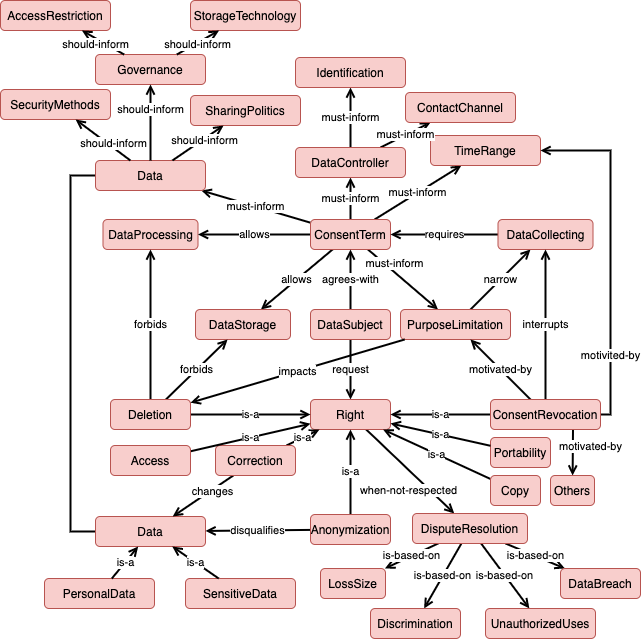
phalves/GoDReP keeps this draw.io diagram as img/DataPortabilityImpact.png. Above is the earlier version. Source tidied: cells renumbered, new cells last; positions are measured from the earlier drawing's top-left corner, leaving out a move shared by most shapes.
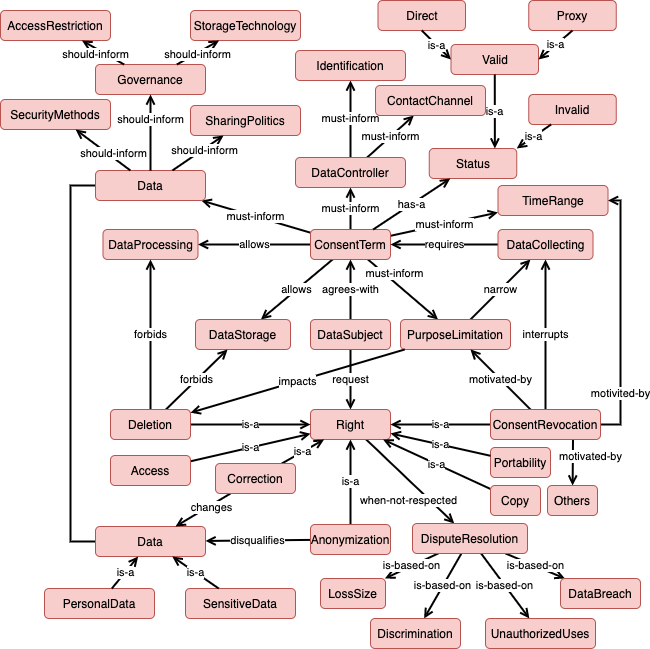
After the change.

Commit message:
Updating the scenario impact images

Change to the diagram source:
```diff
@@ -33,7 +33,7 @@
       <mxGeometry x="400" y="309" width="110" height="30" as="geometry" />
     </mxCell>
     <mxCell id="12" value="TimeRange" style="rounded=1;whiteSpace=wrap;html=1;fillColor=#f8cecc;strokeColor=#b85450;" parent="1" vertex="1">
-      <mxGeometry x="430" y="135" width="110" height="30" as="geometry" />
+      <mxGeometry x="497.5" y="175" width="110" height="30" as="geometry" />
     </mxCell>
     <mxCell id="13" value="must-inform" style="edgeStyle=none;rounded=0;jettySize=auto;html=1;endArrow=open;endFill=0;strokeWidth=2;" parent="1" edge="1" source="15" target="19">
       <mxGeometry relative="1" as="geometry" />
@@ -59,10 +59,10 @@
       <mxGeometry relative="1" as="geometry" />
     </mxCell>
     <mxCell id="19" value="Identification" style="rounded=1;whiteSpace=wrap;html=1;fillColor=#f8cecc;strokeColor=#b85450;" parent="1" vertex="1">
-      <mxGeometry x="295" y="57" width="110" height="30" as="geometry" />
+      <mxGeometry x="295" y="40" width="110" height="30" as="geometry" />
     </mxCell>
     <mxCell id="20" value="ContactChannel" style="rounded=1;whiteSpace=wrap;html=1;fillColor=#f8cecc;strokeColor=#b85450;" parent="1" vertex="1">
-      <mxGeometry x="405" y="92" width="110" height="30" as="geometry" />
+      <mxGeometry x="375" y="75" width="110" height="30" as="geometry" />
     </mxCell>
     <mxCell id="21" value="Data" style="rounded=1;whiteSpace=wrap;html=1;fillColor=#f8cecc;strokeColor=#b85450;" parent="1" vertex="1">
       <mxGeometry x="95" y="516" width="110" height="30" as="geometry" />
@@ -103,8 +103,8 @@
     <mxCell id="33" value="motivited-by" style="edgeStyle=none;rounded=0;jettySize=auto;html=1;endArrow=open;endFill=0;strokeWidth=2;" parent="1" edge="1" source="35" target="12">
       <mxGeometry x="-0.6" relative="1" as="geometry">
         <Array as="points">
-          <mxPoint x="610" y="414" />
-          <mxPoint x="610" y="150" />
+          <mxPoint x="620" y="414" />
+          <mxPoint x="620" y="190" />
         </Array>
       </mxGeometry>
     </mxCell>
@@ -130,7 +130,7 @@
       <mxGeometry x="-0.29" y="2" relative="1" as="geometry" />
     </mxCell>
     <mxCell id="41" value="Correction" style="rounded=1;whiteSpace=wrap;html=1;fillColor=#f8cecc;strokeColor=#b85450;" parent="1" vertex="1">
-      <mxGeometry x="215" y="445" width="80" height="30" as="geometry" />
+      <mxGeometry x="215" y="453" width="80" height="30" as="geometry" />
     </mxCell>
     <mxCell id="42" value="is-a" style="edgeStyle=none;rounded=0;jettySize=auto;html=1;endArrow=open;endFill=0;strokeWidth=2;" parent="1" edge="1" source="45" target="26">
       <mxGeometry relative="1" as="geometry" />
@@ -187,7 +187,7 @@
       <mxGeometry x="490" y="475" width="50" height="30" as="geometry" />
     </mxCell>
     <mxCell id="60" value="Others" style="rounded=1;whiteSpace=wrap;html=1;fillColor=#f8cecc;strokeColor=#b85450;" parent="1" vertex="1">
-      <mxGeometry x="550" y="475" width="44" height="30" as="geometry" />
+      <mxGeometry x="547" y="475" width="50" height="30" as="geometry" />
     </mxCell>
     <mxCell id="61" value="PersonalData" style="rounded=1;whiteSpace=wrap;html=1;fillColor=#f8cecc;strokeColor=#b85450;" parent="1" vertex="1">
       <mxGeometry x="44" y="578" width="110" height="30" as="geometry" />
@@ -240,5 +240,35 @@
     <mxCell id="77" value="impacts" style="edgeStyle=none;rounded=0;jettySize=auto;html=1;endArrow=open;endFill=0;strokeWidth=2;" parent="1" edge="1" source="11" target="45">
       <mxGeometry relative="1" as="geometry" />
     </mxCell>
+    <mxCell id="78" value="Status" style="rounded=1;whiteSpace=wrap;html=1;fillColor=#f8cecc;strokeColor=#b85450;" parent="1" vertex="1">
+      <mxGeometry x="428.8" y="138" width="87.5" height="30" as="geometry" />
+    </mxCell>
+    <mxCell id="79" value="has-a" style="edgeStyle=none;rounded=0;jettySize=auto;html=1;endArrow=open;endFill=0;strokeWidth=2;" parent="1" edge="1" source="9" target="78">
+      <mxGeometry relative="1" as="geometry" />
+    </mxCell>
+    <mxCell id="80" value="Valid" style="rounded=1;whiteSpace=wrap;html=1;fillColor=#f8cecc;strokeColor=#b85450;" parent="1" vertex="1">
+      <mxGeometry x="450.5" y="34" width="87.5" height="30" as="geometry" />
+    </mxCell>
+    <mxCell id="81" value="Invalid" style="rounded=1;whiteSpace=wrap;html=1;fillColor=#f8cecc;strokeColor=#b85450;" parent="1" vertex="1">
+      <mxGeometry x="528.2" y="84" width="87.5" height="30" as="geometry" />
+    </mxCell>
+    <mxCell id="82" value="is-a" style="edgeStyle=none;rounded=0;jettySize=auto;html=1;endArrow=open;endFill=0;strokeWidth=2;entryX=0.75;entryY=0;entryDx=0;entryDy=0;" parent="1" edge="1" source="80" target="78">
+      <mxGeometry relative="1" as="geometry" />
+    </mxCell>
+    <mxCell id="83" value="is-a" style="edgeStyle=none;rounded=0;jettySize=auto;html=1;endArrow=open;endFill=0;strokeWidth=2;entryX=1;entryY=0;entryDx=0;entryDy=0;" parent="1" edge="1" source="81" target="78">
+      <mxGeometry relative="1" as="geometry" />
+    </mxCell>
+    <mxCell id="84" value="Direct" style="rounded=1;whiteSpace=wrap;html=1;fillColor=#f8cecc;strokeColor=#b85450;" parent="1" vertex="1">
+      <mxGeometry x="377.5" y="-10" width="87.5" height="30" as="geometry" />
+    </mxCell>
+    <mxCell id="85" value="Proxy" style="rounded=1;whiteSpace=wrap;html=1;fillColor=#f8cecc;strokeColor=#b85450;" parent="1" vertex="1">
+      <mxGeometry x="528.2" y="-10" width="87.5" height="30" as="geometry" />
+    </mxCell>
+    <mxCell id="86" value="is-a" style="edgeStyle=none;rounded=0;jettySize=auto;html=1;endArrow=open;endFill=0;strokeWidth=2;exitX=0.5;exitY=1;exitDx=0;exitDy=0;entryX=0;entryY=0.5;entryDx=0;entryDy=0;" parent="1" edge="1" source="84" target="80">
+      <mxGeometry relative="1" as="geometry" />
+    </mxCell>
+    <mxCell id="87" value="is-a" style="edgeStyle=none;rounded=0;jettySize=auto;html=1;endArrow=open;endFill=0;strokeWidth=2;exitX=0.5;exitY=1;exitDx=0;exitDy=0;entryX=1;entryY=0.5;entryDx=0;entryDy=0;" parent="1" edge="1" source="85" target="80">
+      <mxGeometry relative="1" as="geometry" />
+    </mxCell>
   </root>
 </mxGraphModel>
```
